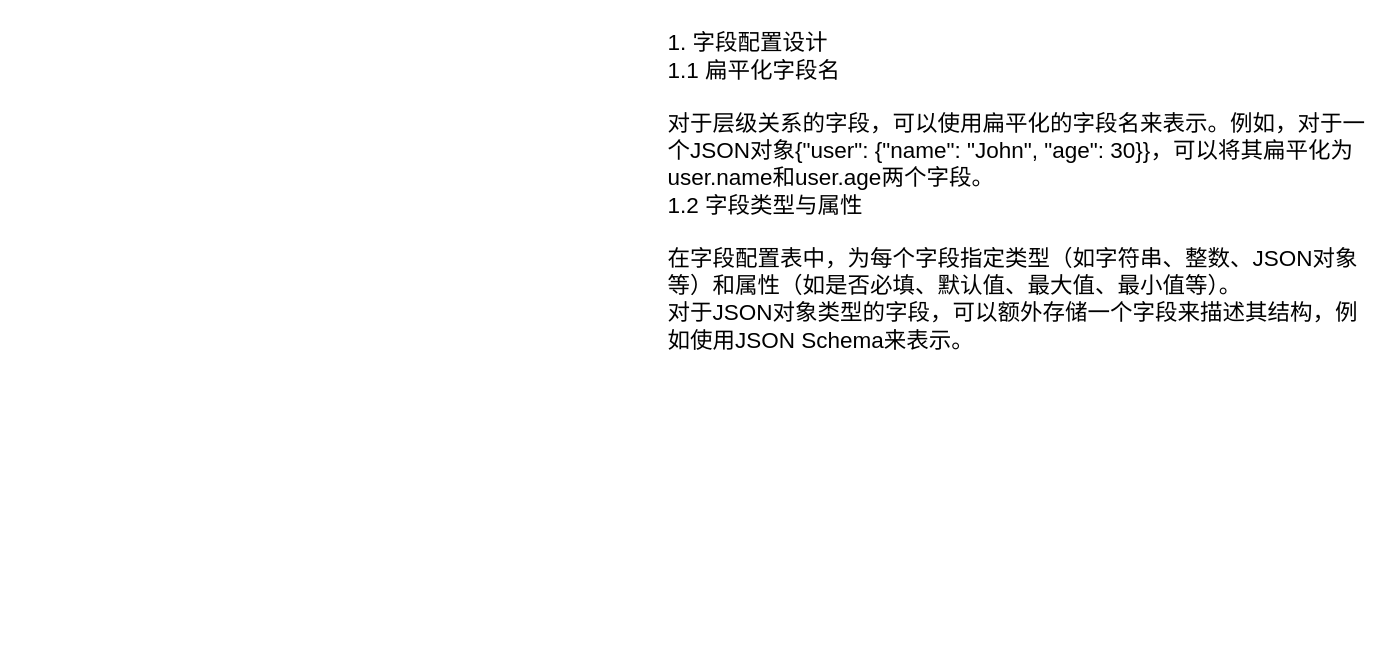
Before: design-uml/thought work.drawio in alvin-zj/MyUml, a draw.io diagram. Source tidied: cells renumbered, new cells numbered last; positions are measured from the earlier drawing's top-left corner, leaving out a move shared by most shapes. Both pictures are drawn from the tidied source at 125%, with x=0, y=0 at pixel (665, 21).
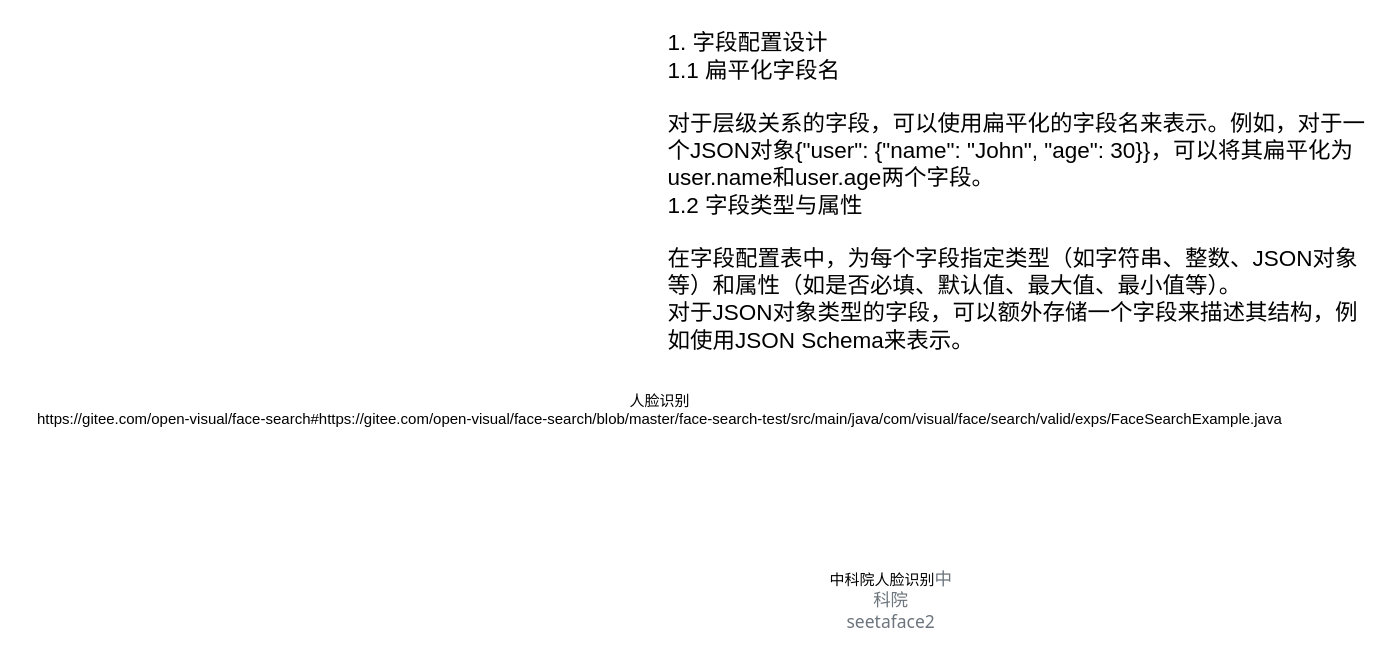
The same diagram, later.

The edit, as a diff of the source:
```diff
@@
 <mxGraphModel>
   <root>
     <mxCell id="0" />
     <mxCell id="1" parent="0" />
     <mxCell id="2" value="1. 字段配置设计&#10;‌1.1 扁平化字段名‌&#10;&#10;对于层级关系的字段，可以使用扁平化的字段名来表示。例如，对于一个JSON对象{&quot;user&quot;: {&quot;name&quot;: &quot;John&quot;, &quot;age&quot;: 30}}，可以将其扁平化为user.name和user.age两个字段。&#10;‌1.2 字段类型与属性‌&#10;&#10;在字段配置表中，为每个字段指定类型（如字符串、整数、JSON对象等）和属性（如是否必填、默认值、最大值、最小值等）。&#10;对于JSON对象类型的字段，可以额外存储一个字段来描述其结构，例如使用JSON Schema来表示。" style="text;whiteSpace=wrap;html=1;fontSize=18;" parent="1" vertex="1">
       <mxGeometry width="560" height="180" as="geometry" />
     </mxCell>
+    <mxCell id="3" value="人脸识别&lt;div&gt;https://gitee.com/open-visual/face-search#https://gitee.com/open-visual/face-search/blob/master/face-search-test/src/main/java/com/visual/face/search/valid/exps/FaceSearchExample.java&lt;/div&gt;&lt;div&gt;&lt;br&gt;&lt;/div&gt;&lt;div&gt;&lt;br&gt;&lt;/div&gt;" style="text;html=1;align=center;verticalAlign=middle;strokeColor=none;fillColor=none;" parent="1" vertex="1">
+      <mxGeometry x="-515" y="290" width="1020" height="70" as="geometry" />
+    </mxCell>
+    <mxCell id="4" value="中科院人脸识别&lt;span style=&quot;color: rgb(108, 117, 125); font-family: system-ui, -apple-system, &amp;quot;Segoe UI&amp;quot;, Roboto, &amp;quot;Helvetica Neue&amp;quot;, &amp;quot;Noto Sans&amp;quot;, &amp;quot;Liberation Sans&amp;quot;, Arial, sans-serif, &amp;quot;Apple Color Emoji&amp;quot;, &amp;quot;Segoe UI Emoji&amp;quot;, &amp;quot;Segoe UI Symbol&amp;quot;, &amp;quot;Noto Color Emoji&amp;quot;; font-size: 14px; text-align: start; text-wrap-mode: wrap; background-color: rgb(255, 255, 255);&quot;&gt;中科院seetaface2&lt;/span&gt;" style="text;html=1;align=center;verticalAlign=middle;strokeColor=none;fillColor=none;" parent="1" vertex="1">
+      <mxGeometry x="70" y="448" width="220" height="30" as="geometry" />
+    </mxCell>
   </root>
 </mxGraphModel>
```
